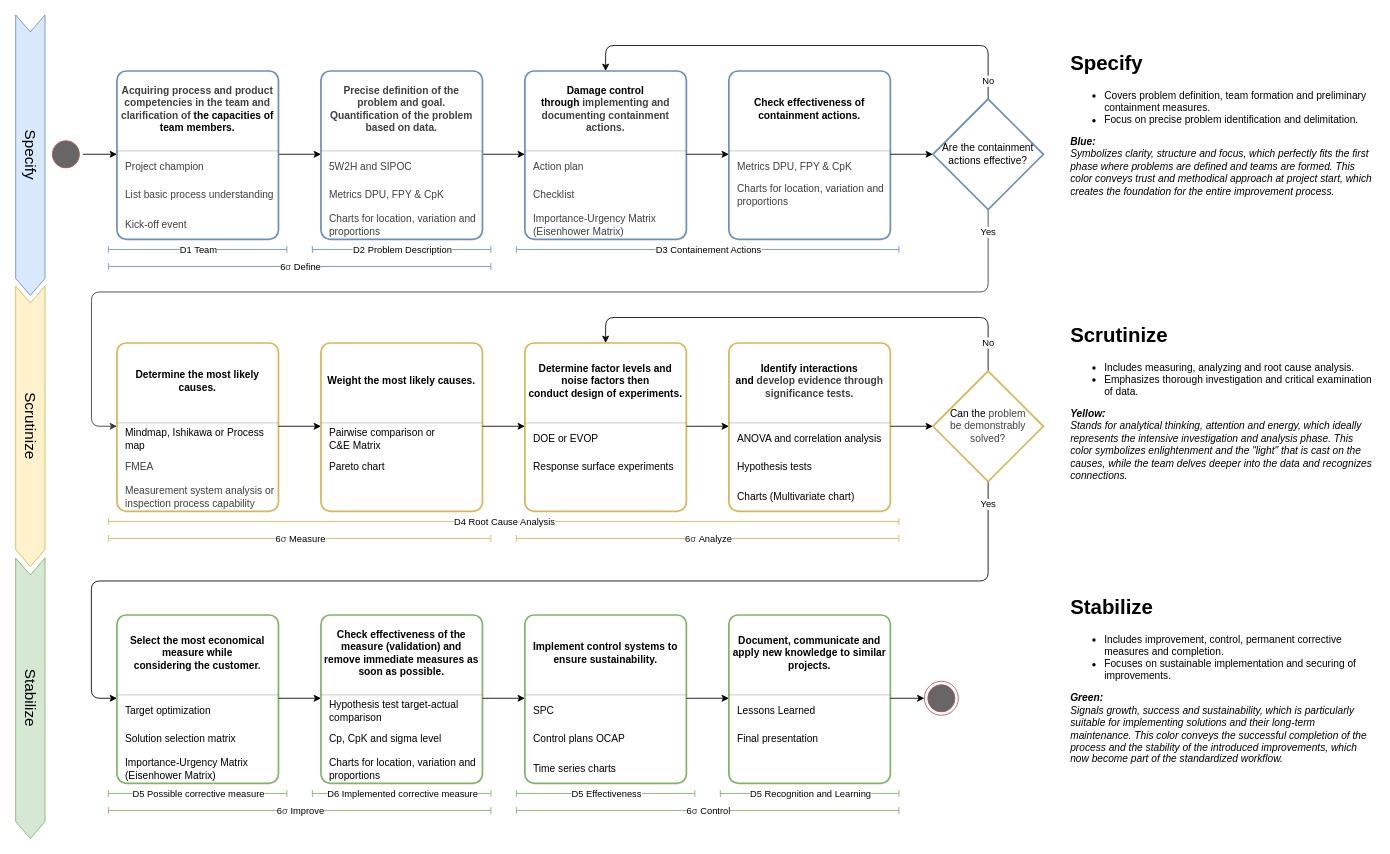
Earlier version of the draw.io diagram page "3s en" (1 of 2) of docs/guides/3s.drawio (j4ggr/DaSPi). Source tidied: cells renumbered, new cells numbered last; positions are measured from the earlier drawing's top-left corner, leaving out a move shared by most shapes. Both pictures are drawn from the tidied source at 85%, with x=0, y=0 at pixel (-110, 45).
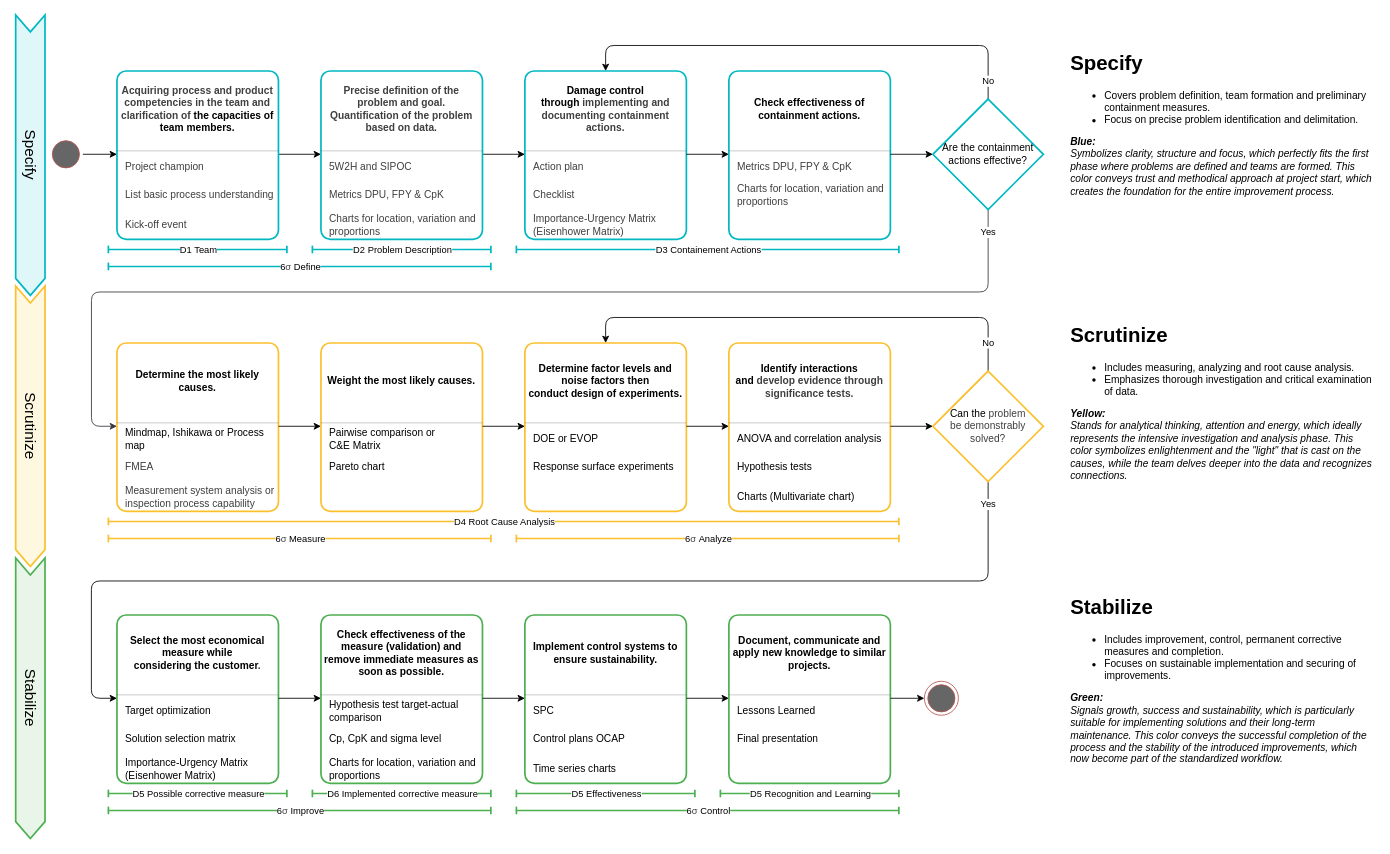
The same diagram, later.

What changed in the source:
```diff
@@
-    <mxCell id="5" style="fontStyle=1;align=center;verticalAlign=middle;horizontal=1;rounded=1;absoluteArcSize=1;arcSize=22;fillColor=#FFFFFF;strokeColor=#6c8ebf;fontFamily=Helvetica;strokeWidth=2;" parent="1" vertex="1">
+    <mxCell id="5" style="fontStyle=1;align=center;verticalAlign=middle;horizontal=1;rounded=1;absoluteArcSize=1;arcSize=22;fillColor=#FFFFFF;strokeColor=#00b8c2;fontFamily=Helvetica;strokeWidth=2;" parent="1" vertex="1">
       <mxGeometry x="747" y="30" width="190" height="198" as="geometry" />
     </mxCell>
@@
-    <mxCell id="11" style="fontStyle=1;align=left;verticalAlign=middle;horizontal=1;rounded=1;absoluteArcSize=1;arcSize=22;fillColor=#FFFFFF;strokeColor=#6c8ebf;fontFamily=Helvetica;strokeWidth=2;" parent="1" vertex="1">
+    <mxCell id="11" style="fontStyle=1;align=left;verticalAlign=middle;horizontal=1;rounded=1;absoluteArcSize=1;arcSize=22;fillColor=#FFFFFF;strokeColor=#00b8c2;fontFamily=Helvetica;strokeWidth=2;" parent="1" vertex="1">
       <mxGeometry x="987" y="30" width="190" height="198" as="geometry" />
     </mxCell>
@@
-    <mxCell id="17" style="fontStyle=1;align=left;verticalAlign=middle;horizontal=1;rounded=1;absoluteArcSize=1;arcSize=22;fillColor=#FFFFFF;strokeColor=#d6b656;fontFamily=Helvetica;strokeWidth=2;" parent="1" vertex="1">
+    <mxCell id="17" style="fontStyle=1;align=left;verticalAlign=middle;horizontal=1;rounded=1;absoluteArcSize=1;arcSize=22;fillColor=#FFFFFF;strokeColor=#fbc02d;fontFamily=Helvetica;strokeWidth=2;" parent="1" vertex="1">
       <mxGeometry x="267.1" y="350" width="190" height="198" as="geometry" />
     </mxCell>
@@
-    <mxCell id="23" style="fontStyle=1;align=left;verticalAlign=middle;horizontal=1;rounded=1;absoluteArcSize=1;arcSize=22;fillColor=#FFFFFF;strokeColor=#d6b656;fontFamily=Helvetica;strokeWidth=2;" parent="1" vertex="1">
+    <mxCell id="23" style="fontStyle=1;align=left;verticalAlign=middle;horizontal=1;rounded=1;absoluteArcSize=1;arcSize=22;fillColor=#FFFFFF;strokeColor=#fbc02d;fontFamily=Helvetica;strokeWidth=2;" parent="1" vertex="1">
       <mxGeometry x="507.1" y="350" width="190" height="198" as="geometry" />
     </mxCell>
@@
-    <mxCell id="29" style="fontStyle=1;align=left;verticalAlign=middle;horizontal=1;rounded=1;absoluteArcSize=1;arcSize=22;fillColor=#FFFFFF;strokeColor=#d6b656;fontFamily=Helvetica;strokeWidth=2;" parent="1" vertex="1">
+    <mxCell id="29" style="fontStyle=1;align=left;verticalAlign=middle;horizontal=1;rounded=1;absoluteArcSize=1;arcSize=22;fillColor=#FFFFFF;strokeColor=#fbc02d;fontFamily=Helvetica;strokeWidth=2;" parent="1" vertex="1">
       <mxGeometry x="747" y="350" width="190" height="198" as="geometry" />
     </mxCell>
@@
-    <mxCell id="35" style="fontStyle=1;align=left;verticalAlign=middle;horizontal=1;rounded=1;absoluteArcSize=1;arcSize=22;fillColor=#FFFFFF;strokeColor=#d6b656;fontFamily=Helvetica;strokeWidth=2;" parent="1" vertex="1">
+    <mxCell id="35" style="fontStyle=1;align=left;verticalAlign=middle;horizontal=1;rounded=1;absoluteArcSize=1;arcSize=22;fillColor=#FFFFFF;strokeColor=#fbc02d;fontFamily=Helvetica;strokeWidth=2;" parent="1" vertex="1">
       <mxGeometry x="987" y="350" width="190" height="198" as="geometry" />
     </mxCell>
@@
-    <mxCell id="41" style="fontStyle=1;align=left;verticalAlign=middle;horizontal=1;rounded=1;absoluteArcSize=1;arcSize=22;fillColor=#FFFFFF;strokeColor=#82b366;fontFamily=Helvetica;strokeWidth=2;" parent="1" vertex="1">
+    <mxCell id="41" style="fontStyle=1;align=left;verticalAlign=middle;horizontal=1;rounded=1;absoluteArcSize=1;arcSize=22;fillColor=#FFFFFF;strokeColor=#4caf50;fontFamily=Helvetica;strokeWidth=2;" parent="1" vertex="1">
       <mxGeometry x="267.1" y="670" width="190" height="198" as="geometry" />
     </mxCell>
@@
-    <mxCell id="47" style="fontStyle=1;align=left;verticalAlign=middle;horizontal=1;rounded=1;absoluteArcSize=1;arcSize=22;fillColor=#FFFFFF;strokeColor=#82b366;fontFamily=Helvetica;strokeWidth=2;" parent="1" vertex="1">
+    <mxCell id="47" style="fontStyle=1;align=left;verticalAlign=middle;horizontal=1;rounded=1;absoluteArcSize=1;arcSize=22;fillColor=#FFFFFF;strokeColor=#4caf50;fontFamily=Helvetica;strokeWidth=2;" parent="1" vertex="1">
       <mxGeometry x="507.1" y="670" width="190" height="198" as="geometry" />
     </mxCell>
@@
-    <mxCell id="55" value="Are the containment actions effective?" style="rhombus;whiteSpace=wrap;html=1;fontFamily=Helvetica;fillColor=#FFFFFF;strokeColor=#6c8ebf;strokeWidth=2;" parent="1" vertex="1">
+    <mxCell id="55" value="Are the containment actions effective?" style="rhombus;whiteSpace=wrap;html=1;fontFamily=Helvetica;fillColor=#FFFFFF;strokeColor=#00b8c2;strokeWidth=2;" parent="1" vertex="1">
       <mxGeometry x="1227" y="63" width="130" height="130" as="geometry" />
     </mxCell>
@@
-    <mxCell id="62" value="Can the&amp;nbsp;&lt;span style=&quot;color: rgb(63, 63, 63); background-color: transparent;&quot;&gt;problem&lt;/span&gt;&lt;div&gt;&lt;span style=&quot;color: rgb(63, 63, 63); background-color: transparent;&quot;&gt;be demonstrably&lt;/span&gt;&lt;/div&gt;&lt;div&gt;&lt;span style=&quot;background-color: transparent; color: rgb(63, 63, 63);&quot;&gt;solved?&lt;/span&gt;&lt;/div&gt;" style="rhombus;whiteSpace=wrap;html=1;fontFamily=Helvetica;fillColor=#FFFFFF;strokeColor=#d6b656;strokeWidth=2;" parent="1" vertex="1">
+    <mxCell id="62" value="Can the&amp;nbsp;&lt;span style=&quot;color: rgb(63, 63, 63); background-color: transparent;&quot;&gt;problem&lt;/span&gt;&lt;div&gt;&lt;span style=&quot;color: rgb(63, 63, 63); background-color: transparent;&quot;&gt;be demonstrably&lt;/span&gt;&lt;/div&gt;&lt;div&gt;&lt;span style=&quot;background-color: transparent; color: rgb(63, 63, 63);&quot;&gt;solved?&lt;/span&gt;&lt;/div&gt;" style="rhombus;whiteSpace=wrap;html=1;fontFamily=Helvetica;fillColor=#FFFFFF;strokeColor=#fbc02d;strokeWidth=2;" parent="1" vertex="1">
       <mxGeometry x="1227" y="383" width="130" height="130" as="geometry" />
     </mxCell>
-    <mxCell id="63" style="fontStyle=1;align=left;verticalAlign=middle;horizontal=1;rounded=1;absoluteArcSize=1;arcSize=22;fillColor=#FFFFFF;strokeColor=#82b366;fontFamily=Helvetica;strokeWidth=2;" parent="1" vertex="1">
+    <mxCell id="63" style="fontStyle=1;align=left;verticalAlign=middle;horizontal=1;rounded=1;absoluteArcSize=1;arcSize=22;fillColor=#FFFFFF;strokeColor=#4caf50;fontFamily=Helvetica;strokeWidth=2;" parent="1" vertex="1">
       <mxGeometry x="747" y="670" width="190" height="198" as="geometry" />
     </mxCell>
@@
-    <mxCell id="70" style="fontStyle=1;align=left;verticalAlign=middle;horizontal=1;rounded=1;absoluteArcSize=1;arcSize=22;fillColor=#FFFFFF;strokeColor=#82b366;fontFamily=Helvetica;strokeWidth=2;" parent="1" vertex="1">
+    <mxCell id="70" style="fontStyle=1;align=left;verticalAlign=middle;horizontal=1;rounded=1;absoluteArcSize=1;arcSize=22;fillColor=#FFFFFF;strokeColor=#4caf50;fontFamily=Helvetica;strokeWidth=2;" parent="1" vertex="1">
       <mxGeometry x="987" y="670" width="190" height="198" as="geometry" />
     </mxCell>
@@
-    <mxCell id="80" style="fontStyle=1;align=center;verticalAlign=middle;horizontal=1;rounded=1;absoluteArcSize=1;arcSize=22;fillColor=#FFFFFF;strokeColor=#6c8ebf;fontFamily=Helvetica;strokeWidth=2;" parent="1" vertex="1">
+    <mxCell id="80" style="fontStyle=1;align=center;verticalAlign=middle;horizontal=1;rounded=1;absoluteArcSize=1;arcSize=22;fillColor=#FFFFFF;strokeColor=#00b8c2;fontFamily=Helvetica;strokeWidth=2;" parent="1" vertex="1">
       <mxGeometry x="507.1" y="30" width="190" height="198" as="geometry" />
     </mxCell>
@@
-    <mxCell id="86" style="fontStyle=1;align=left;verticalAlign=middle;horizontal=1;rounded=1;absoluteArcSize=1;arcSize=22;spacingTop=0;fillColor=#FFFFFF;strokeColor=#6c8ebf;fontFamily=Helvetica;strokeWidth=2;" parent="1" vertex="1">
+    <mxCell id="86" style="fontStyle=1;align=left;verticalAlign=middle;horizontal=1;rounded=1;absoluteArcSize=1;arcSize=22;spacingTop=0;fillColor=#FFFFFF;strokeColor=#00b8c2;fontFamily=Helvetica;strokeWidth=2;" parent="1" vertex="1">
       <mxGeometry x="267.1" y="30" width="190" height="198" as="geometry" />
     </mxCell>
@@
-    <mxCell id="92" value="Specify" style="shape=step;perimeter=stepPerimeter;whiteSpace=wrap;html=1;fixedSize=1;rotation=90;horizontal=1;fontFamily=Helvetica;fontStyle=0;fontSize=18;fillColor=#dae8fc;strokeColor=#6c8ebf;" parent="1" vertex="1">
+    <mxCell id="92" value="Specify" style="shape=step;perimeter=stepPerimeter;whiteSpace=wrap;html=1;fixedSize=1;rotation=90;horizontal=1;fontFamily=Helvetica;fontStyle=0;fontSize=18;fillColor=#e0f7fa;strokeColor=#00b8c2;strokeWidth=2;" parent="1" vertex="1">
       <mxGeometry x="0.2" y="111.8" width="330" height="34.5" as="geometry" />
     </mxCell>
-    <mxCell id="93" value="Scrutinize" style="shape=step;perimeter=stepPerimeter;whiteSpace=wrap;html=1;fixedSize=1;rotation=90;horizontal=1;fontFamily=Helvetica;fontStyle=0;fontSize=18;fillColor=#fff2cc;strokeColor=#d6b656;" parent="1" vertex="1">
+    <mxCell id="93" value="Scrutinize" style="shape=step;perimeter=stepPerimeter;whiteSpace=wrap;html=1;fixedSize=1;rotation=90;horizontal=1;fontFamily=Helvetica;fontStyle=0;fontSize=18;fillColor=#fff8e1;strokeColor=#fbc02d;strokeWidth=2;" parent="1" vertex="1">
       <mxGeometry x="0.2" y="430.8" width="330" height="34.5" as="geometry" />
     </mxCell>
-    <mxCell id="94" value="Stabilize" style="shape=step;perimeter=stepPerimeter;whiteSpace=wrap;html=1;fixedSize=1;rotation=90;horizontal=1;fontFamily=Helvetica;fontStyle=0;fontSize=18;fillColor=#d5e8d4;strokeColor=#82b366;" parent="1" vertex="1">
+    <mxCell id="94" value="Stabilize" style="shape=step;perimeter=stepPerimeter;whiteSpace=wrap;html=1;fixedSize=1;rotation=90;horizontal=1;fontFamily=Helvetica;fontStyle=0;fontSize=18;fillColor=#e8f5e8;strokeColor=#4caf50;strokeWidth=2;" parent="1" vertex="1">
       <mxGeometry x="0.2" y="750.8" width="330" height="34.5" as="geometry" />
     </mxCell>
@@
-    <mxCell id="101" style="endArrow=baseDash;html=1;endFill=0;startArrow=baseDash;startFill=0;fillColor=#dae8fc;strokeColor=#6c8ebf;" parent="1" edge="1">
+    <mxCell id="101" style="endArrow=baseDash;html=1;endFill=0;startArrow=baseDash;startFill=0;fillColor=#e0f7fa;strokeColor=#00b8c2;strokeWidth=2;" parent="1" edge="1">
       <mxGeometry relative="1" as="geometry">
         <mxPoint x="257" y="240" as="sourcePoint" />
         <mxPoint x="467" y="240" as="targetPoint" />
       </mxGeometry>
     </mxCell>
@@
-    <mxCell id="103" style="endArrow=baseDash;html=1;endFill=0;startArrow=baseDash;startFill=0;fillColor=#dae8fc;strokeColor=#6c8ebf;" parent="1" edge="1">
+    <mxCell id="103" style="endArrow=baseDash;html=1;endFill=0;startArrow=baseDash;startFill=0;fillColor=#e0f7fa;strokeColor=#00b8c2;strokeWidth=2;" parent="1" edge="1">
       <mxGeometry relative="1" as="geometry">
         <mxPoint x="497" y="240" as="sourcePoint" />
         <mxPoint x="707" y="240" as="targetPoint" />
       </mxGeometry>
     </mxCell>
@@
-    <mxCell id="105" style="endArrow=baseDash;html=1;endFill=0;startArrow=baseDash;startFill=0;fillColor=#dae8fc;strokeColor=#6c8ebf;" parent="1" edge="1">
+    <mxCell id="105" style="endArrow=baseDash;html=1;endFill=0;startArrow=baseDash;startFill=0;fillColor=#e0f7fa;strokeColor=#00b8c2;strokeWidth=2;" parent="1" edge="1">
       <mxGeometry relative="1" as="geometry">
         <mxPoint x="257" y="260" as="sourcePoint" />
         <mxPoint x="707" y="260" as="targetPoint" />
       </mxGeometry>
     </mxCell>
-    <mxCell id="106" value="6&lt;span style=&quot;color: rgba(0, 0, 0, 0.75); text-align: start; text-wrap-mode: wrap;&quot;&gt;&lt;font&gt;σ&lt;/font&gt;&lt;/span&gt;&amp;nbsp;Define" style="edgeLabel;html=1;align=center;verticalAlign=middle;" parent="105" vertex="1">
+    <mxCell id="106" value="6&lt;span style=&quot;color: rgb(63, 63, 63); text-align: start; text-wrap-mode: wrap;&quot;&gt;σ&lt;/span&gt;&amp;nbsp;Define" style="edgeLabel;html=1;align=center;verticalAlign=middle;" parent="105" vertex="1">
       <mxGeometry relative="1" as="geometry" />
     </mxCell>
-    <mxCell id="107" style="endArrow=baseDash;html=1;endFill=0;startArrow=baseDash;startFill=0;fillColor=#dae8fc;strokeColor=#6c8ebf;" parent="1" edge="1">
+    <mxCell id="107" style="endArrow=baseDash;html=1;endFill=0;startArrow=baseDash;startFill=0;fillColor=#e0f7fa;strokeColor=#00b8c2;strokeWidth=2;" parent="1" edge="1">
       <mxGeometry relative="1" as="geometry">
         <mxPoint x="737" y="240" as="sourcePoint" />
         <mxPoint x="1187" y="240" as="targetPoint" />
       </mxGeometry>
     </mxCell>
@@
-    <mxCell id="109" style="endArrow=baseDash;html=1;endFill=0;startArrow=baseDash;startFill=0;fillColor=#fff2cc;strokeColor=#d6b656;" parent="1" edge="1">
+    <mxCell id="109" style="endArrow=baseDash;html=1;endFill=0;startArrow=baseDash;startFill=0;fillColor=#fff8e1;strokeColor=#fbc02d;strokeWidth=2;" parent="1" edge="1">
       <mxGeometry relative="1" as="geometry">
         <mxPoint x="257" y="560" as="sourcePoint" />
         <mxPoint x="1187" y="560" as="targetPoint" />
       </mxGeometry>
     </mxCell>
@@
-    <mxCell id="111" style="endArrow=baseDash;html=1;endFill=0;startArrow=baseDash;startFill=0;fillColor=#fff2cc;strokeColor=#d6b656;" parent="1" edge="1">
+    <mxCell id="111" style="endArrow=baseDash;html=1;endFill=0;startArrow=baseDash;startFill=0;fillColor=#fff8e1;strokeColor=#fbc02d;strokeWidth=2;" parent="1" edge="1">
       <mxGeometry relative="1" as="geometry">
         <mxPoint x="257" y="580" as="sourcePoint" />
         <mxPoint x="707" y="580" as="targetPoint" />
       </mxGeometry>
     </mxCell>
-    <mxCell id="112" value="6&lt;span style=&quot;color: rgba(0, 0, 0, 0.75); text-align: start; text-wrap-mode: wrap;&quot;&gt;&lt;font&gt;σ&lt;/font&gt;&lt;/span&gt;&amp;nbsp;Measure" style="edgeLabel;html=1;align=center;verticalAlign=middle;" parent="111" vertex="1">
+    <mxCell id="112" value="6&lt;span style=&quot;color: rgb(63, 63, 63); text-align: start; text-wrap-mode: wrap;&quot;&gt;σ&lt;/span&gt;&amp;nbsp;Measure" style="edgeLabel;html=1;align=center;verticalAlign=middle;" parent="111" vertex="1">
       <mxGeometry relative="1" as="geometry" />
     </mxCell>
-    <mxCell id="113" style="endArrow=baseDash;html=1;endFill=0;startArrow=baseDash;startFill=0;fillColor=#fff2cc;strokeColor=#d6b656;" parent="1" edge="1">
+    <mxCell id="113" style="endArrow=baseDash;html=1;endFill=0;startArrow=baseDash;startFill=0;fillColor=#fff8e1;strokeColor=#fbc02d;strokeWidth=2;" parent="1" edge="1">
       <mxGeometry relative="1" as="geometry">
         <mxPoint x="737" y="580" as="sourcePoint" />
         <mxPoint x="1187" y="580" as="targetPoint" />
       </mxGeometry>
     </mxCell>
-    <mxCell id="114" value="6&lt;span style=&quot;color: rgba(0, 0, 0, 0.75); text-align: start; text-wrap-mode: wrap;&quot;&gt;&lt;font&gt;σ&lt;/font&gt;&lt;/span&gt;&amp;nbsp;Analyze" style="edgeLabel;html=1;align=center;verticalAlign=middle;" parent="113" vertex="1">
+    <mxCell id="114" value="6&lt;span style=&quot;color: rgb(63, 63, 63); text-align: start; text-wrap-mode: wrap;&quot;&gt;σ&lt;/span&gt;&amp;nbsp;Analyze" style="edgeLabel;html=1;align=center;verticalAlign=middle;" parent="113" vertex="1">
       <mxGeometry relative="1" as="geometry" />
     </mxCell>
-    <mxCell id="115" style="endArrow=baseDash;html=1;endFill=0;startArrow=baseDash;startFill=0;fillColor=#d5e8d4;strokeColor=#82b366;" parent="1" edge="1">
+    <mxCell id="115" style="endArrow=baseDash;html=1;endFill=0;startArrow=baseDash;startFill=0;fillColor=#e8f5e8;strokeColor=#4caf50;strokeWidth=2;" parent="1" edge="1">
       <mxGeometry relative="1" as="geometry">
         <mxPoint x="257" y="900" as="sourcePoint" />
         <mxPoint x="707" y="900" as="targetPoint" />
       </mxGeometry>
     </mxCell>
-    <mxCell id="116" value="6&lt;span style=&quot;color: rgba(0, 0, 0, 0.75); text-align: start; text-wrap-mode: wrap;&quot;&gt;&lt;font&gt;σ&lt;/font&gt;&lt;/span&gt;&amp;nbsp;Improve" style="edgeLabel;html=1;align=center;verticalAlign=middle;" parent="115" vertex="1">
+    <mxCell id="116" value="6&lt;span style=&quot;color: rgb(63, 63, 63); text-align: start; text-wrap-mode: wrap;&quot;&gt;σ&lt;/span&gt;&amp;nbsp;Improve" style="edgeLabel;html=1;align=center;verticalAlign=middle;" parent="115" vertex="1">
       <mxGeometry relative="1" as="geometry" />
     </mxCell>
-    <mxCell id="117" style="endArrow=baseDash;html=1;endFill=0;startArrow=baseDash;startFill=0;fillColor=#d5e8d4;strokeColor=#82b366;" parent="1" edge="1">
+    <mxCell id="117" style="endArrow=baseDash;html=1;endFill=0;startArrow=baseDash;startFill=0;fillColor=#e8f5e8;strokeColor=#4caf50;strokeWidth=2;" parent="1" edge="1">
       <mxGeometry relative="1" as="geometry">
         <mxPoint x="257" y="880" as="sourcePoint" />
         <mxPoint x="467" y="880" as="targetPoint" />
       </mxGeometry>
     </mxCell>
@@
-    <mxCell id="119" style="endArrow=baseDash;html=1;endFill=0;startArrow=baseDash;startFill=0;fillColor=#d5e8d4;strokeColor=#82b366;" parent="1" edge="1">
+    <mxCell id="119" style="endArrow=baseDash;html=1;endFill=0;startArrow=baseDash;startFill=0;fillColor=#e8f5e8;strokeColor=#4caf50;strokeWidth=2;" parent="1" edge="1">
       <mxGeometry relative="1" as="geometry">
         <mxPoint x="497" y="880" as="sourcePoint" />
         <mxPoint x="707" y="880" as="targetPoint" />
       </mxGeometry>
     </mxCell>
@@
-    <mxCell id="121" style="endArrow=baseDash;html=1;endFill=0;startArrow=baseDash;startFill=0;fillColor=#d5e8d4;strokeColor=#82b366;" parent="1" edge="1">
+    <mxCell id="121" style="endArrow=baseDash;html=1;endFill=0;startArrow=baseDash;startFill=0;fillColor=#e8f5e8;strokeColor=#4caf50;strokeWidth=2;" parent="1" edge="1">
       <mxGeometry relative="1" as="geometry">
         <mxPoint x="737" y="900" as="sourcePoint" />
         <mxPoint x="1187" y="900" as="targetPoint" />
       </mxGeometry>
     </mxCell>
-    <mxCell id="122" value="6&lt;span style=&quot;color: rgba(0, 0, 0, 0.75); text-align: start; text-wrap-mode: wrap;&quot;&gt;&lt;font&gt;σ&lt;/font&gt;&lt;/span&gt;&amp;nbsp;Control" style="edgeLabel;html=1;align=center;verticalAlign=middle;" parent="121" vertex="1">
+    <mxCell id="122" value="6&lt;span style=&quot;color: rgb(63, 63, 63); text-align: start; text-wrap-mode: wrap;&quot;&gt;σ&lt;/span&gt;&amp;nbsp;Control" style="edgeLabel;html=1;align=center;verticalAlign=middle;" parent="121" vertex="1">
       <mxGeometry relative="1" as="geometry" />
     </mxCell>
-    <mxCell id="123" style="endArrow=baseDash;html=1;endFill=0;startArrow=baseDash;startFill=0;fillColor=#d5e8d4;strokeColor=#82b366;" parent="1" edge="1">
+    <mxCell id="123" style="endArrow=baseDash;html=1;endFill=0;startArrow=baseDash;startFill=0;fillColor=#e8f5e8;strokeColor=#4caf50;strokeWidth=2;" parent="1" edge="1">
       <mxGeometry relative="1" as="geometry">
         <mxPoint x="737" y="880" as="sourcePoint" />
         <mxPoint x="947" y="880" as="targetPoint" />
       </mxGeometry>
     </mxCell>
@@
-    <mxCell id="125" style="endArrow=baseDash;html=1;endFill=0;startArrow=baseDash;startFill=0;fillColor=#d5e8d4;strokeColor=#82b366;" parent="1" edge="1">
+    <mxCell id="125" style="endArrow=baseDash;html=1;endFill=0;startArrow=baseDash;startFill=0;fillColor=#e8f5e8;strokeColor=#4caf50;strokeWidth=2;" parent="1" edge="1">
       <mxGeometry relative="1" as="geometry">
         <mxPoint x="977" y="880" as="sourcePoint" />
         <mxPoint x="1187" y="880" as="targetPoint" />
       </mxGeometry>
     </mxCell>
```
